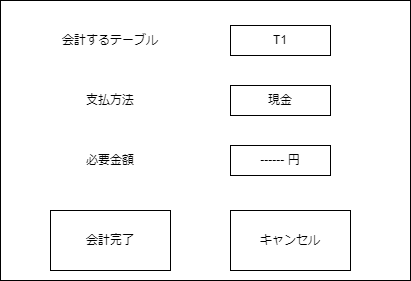
Earlier version of the draw.io export psp4/画面項目図_会計画面.drawio.png (MasakiHiguchi/---). Source tidied: cells renumbered, new cells last; positions are measured from the earlier drawing's top-left corner, leaving out a move shared by most shapes. Source of this version:
```xml
<mxGraphModel>
  <root>
    <mxCell id="0" />
    <mxCell id="1" parent="0" />
    <mxCell id="2" style="rounded=0;whiteSpace=wrap;html=1;" parent="1" vertex="1">
      <mxGeometry width="410" height="280" as="geometry" />
    </mxCell>
    <mxCell id="3" value="T1" style="rounded=0;whiteSpace=wrap;html=1;" parent="1" vertex="1">
      <mxGeometry x="230" y="25" width="100" height="30" as="geometry" />
    </mxCell>
    <mxCell id="4" value="会計するテーブル" style="rounded=0;whiteSpace=wrap;html=1;opacity=0;" parent="1" vertex="1">
      <mxGeometry x="20" y="10" width="180" height="60" as="geometry" />
    </mxCell>
    <mxCell id="5" value="支払方法" style="rounded=0;whiteSpace=wrap;html=1;opacity=0;" parent="1" vertex="1">
      <mxGeometry x="20" y="70" width="180" height="60" as="geometry" />
    </mxCell>
    <mxCell id="6" value="現金" style="rounded=0;whiteSpace=wrap;html=1;" parent="1" vertex="1">
      <mxGeometry x="230" y="85" width="100" height="30" as="geometry" />
    </mxCell>
    <mxCell id="7" value="必要金額" style="rounded=0;whiteSpace=wrap;html=1;opacity=0;" parent="1" vertex="1">
      <mxGeometry x="20" y="130" width="180" height="60" as="geometry" />
    </mxCell>
    <mxCell id="8" value="------ 円" style="rounded=0;whiteSpace=wrap;html=1;" parent="1" vertex="1">
      <mxGeometry x="230" y="145" width="100" height="30" as="geometry" />
    </mxCell>
    <mxCell id="9" value="会計完了" style="rounded=0;whiteSpace=wrap;html=1;" parent="1" vertex="1">
      <mxGeometry x="50" y="210" width="120" height="60" as="geometry" />
    </mxCell>
    <mxCell id="10" value="キャンセル" style="rounded=0;whiteSpace=wrap;html=1;" parent="1" vertex="1">
      <mxGeometry x="230" y="210" width="120" height="60" as="geometry" />
    </mxCell>
  </root>
</mxGraphModel>
```
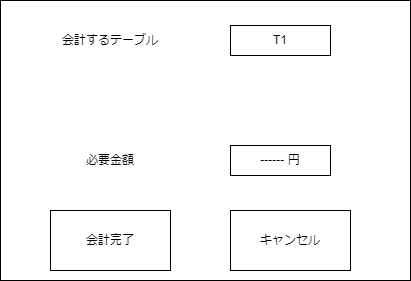
Later version of the same file.

Commit message:
支払方法を消しました

Diff of the diagram source:
```diff
@@ -11,12 +11,6 @@
     <mxCell id="4" value="会計するテーブル" style="rounded=0;whiteSpace=wrap;html=1;opacity=0;" parent="1" vertex="1">
       <mxGeometry x="20" y="10" width="180" height="60" as="geometry" />
     </mxCell>
-    <mxCell id="5" value="支払方法" style="rounded=0;whiteSpace=wrap;html=1;opacity=0;" parent="1" vertex="1">
-      <mxGeometry x="20" y="70" width="180" height="60" as="geometry" />
-    </mxCell>
-    <mxCell id="6" value="現金" style="rounded=0;whiteSpace=wrap;html=1;" parent="1" vertex="1">
-      <mxGeometry x="230" y="85" width="100" height="30" as="geometry" />
-    </mxCell>
     <mxCell id="7" value="必要金額" style="rounded=0;whiteSpace=wrap;html=1;opacity=0;" parent="1" vertex="1">
       <mxGeometry x="20" y="130" width="180" height="60" as="geometry" />
     </mxCell>
```
